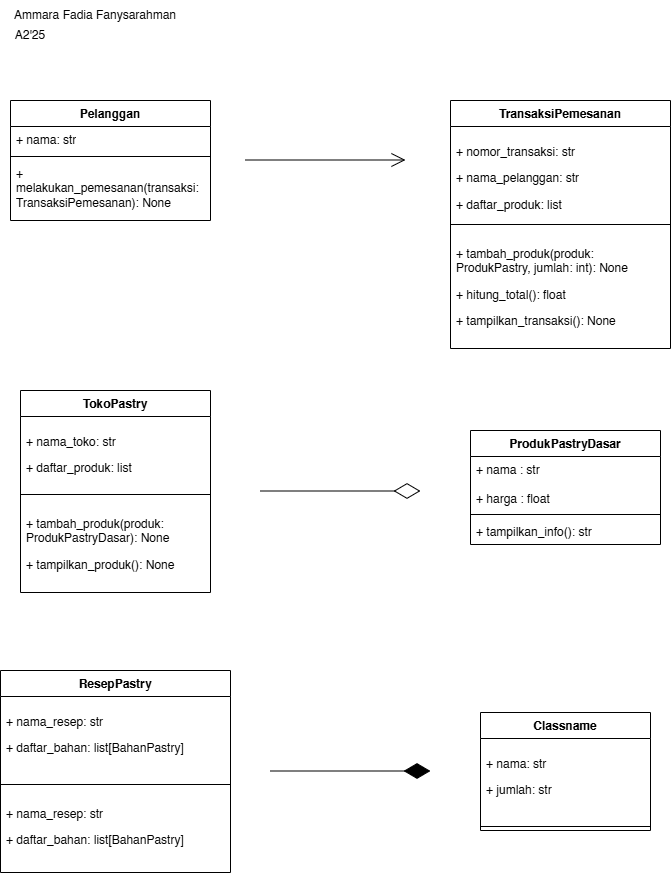
ammarafadia/PBO keeps this draw.io diagram as posttest/posttest3/uml.png. Above is the earlier version. Source tidied: cells renumbered, new cells last; positions are measured from the earlier drawing's top-left corner, leaving out a move shared by most shapes.
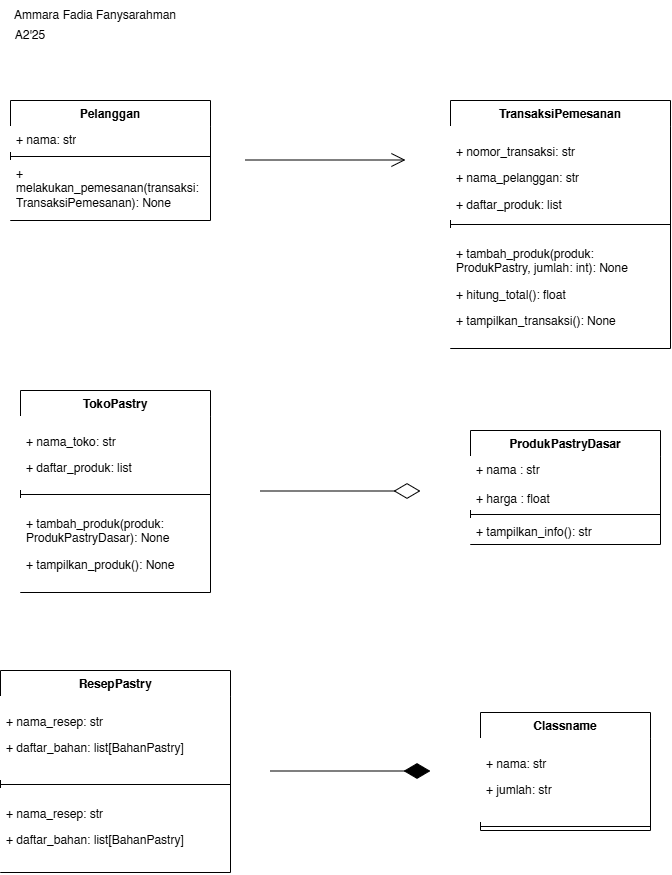
After the change.

Commit message:
gambarnya aneh tdi

What changed in the source:
```diff
@@ -8,91 +8,91 @@
     <mxCell id="3" value="A2'25" style="text;html=1;whiteSpace=wrap;strokeColor=none;fillColor=none;align=center;verticalAlign=middle;rounded=0;" parent="1" vertex="1">
       <mxGeometry y="20" width="60" height="30" as="geometry" />
     </mxCell>
-    <mxCell id="4" value="Pelanggan" style="swimlane;fontStyle=1;align=center;verticalAlign=top;horizontal=1;startSize=26;whiteSpace=wrap;html=1;" parent="1" vertex="1">
+    <mxCell id="4" value="Pelanggan" style="swimlane;fontStyle=1;align=center;verticalAlign=top;horizontal=1;startSize=26;whiteSpace=wrap;html=1;fillColor=light-dark(#FFFFFF,#CC0066);" parent="1" vertex="1">
       <mxGeometry x="10" y="100" width="200" height="120" as="geometry" />
     </mxCell>
-    <mxCell id="5" value="+ nama: str" style="text;strokeColor=none;fillColor=none;align=left;verticalAlign=top;spacingLeft=4;spacingRight=4;overflow=hidden;whiteSpace=wrap;html=1;" parent="4" vertex="1">
+    <mxCell id="5" value="+ nama: str" style="text;strokeColor=none;fillColor=light-dark(#FFFFFF,#CC0066);align=left;verticalAlign=top;spacingLeft=4;spacingRight=4;overflow=hidden;whiteSpace=wrap;html=1;" parent="4" vertex="1">
       <mxGeometry y="26" width="200" height="26" as="geometry" />
     </mxCell>
-    <mxCell id="6" style="line;strokeWidth=1;fillColor=none;align=left;verticalAlign=middle;spacingTop=-1;spacingLeft=3;spacingRight=3;labelPosition=right;strokeColor=inherit;" parent="4" vertex="1">
+    <mxCell id="6" style="line;strokeWidth=1;fillColor=light-dark(#FFFFFF,#CC0066);align=left;verticalAlign=middle;spacingTop=-1;spacingLeft=3;spacingRight=3;labelPosition=right;strokeColor=inherit;" parent="4" vertex="1">
       <mxGeometry y="52" width="200" height="8" as="geometry" />
     </mxCell>
-    <mxCell id="7" value="+ melakukan_pemesanan(transaksi: TransaksiPemesanan): None" style="text;strokeColor=none;fillColor=none;align=left;verticalAlign=top;spacingLeft=4;spacingRight=4;overflow=hidden;whiteSpace=wrap;html=1;" parent="4" vertex="1">
+    <mxCell id="7" value="+ melakukan_pemesanan(transaksi: TransaksiPemesanan): None" style="text;strokeColor=none;fillColor=light-dark(#FFFFFF,#CC0066);align=left;verticalAlign=top;spacingLeft=4;spacingRight=4;overflow=hidden;whiteSpace=wrap;html=1;" parent="4" vertex="1">
       <mxGeometry y="60" width="200" height="60" as="geometry" />
     </mxCell>
-    <mxCell id="8" style="endArrow=open;endFill=1;endSize=12;html=1;rounded=0;" parent="1" edge="1">
+    <mxCell id="8" style="endArrow=open;endFill=1;endSize=12;html=1;rounded=0;fillColor=light-dark(#FFFFFF,#CC0066);" parent="1" edge="1">
       <mxGeometry relative="1" as="geometry">
         <mxPoint x="245" y="159.5" as="sourcePoint" />
         <mxPoint x="405" y="159.5" as="targetPoint" />
       </mxGeometry>
     </mxCell>
-    <mxCell id="9" value="TransaksiPemesanan" style="swimlane;fontStyle=1;align=center;verticalAlign=top;horizontal=1;startSize=26;whiteSpace=wrap;html=1;" parent="1" vertex="1">
+    <mxCell id="9" value="TransaksiPemesanan" style="swimlane;fontStyle=1;align=center;verticalAlign=top;horizontal=1;startSize=26;whiteSpace=wrap;html=1;fillColor=light-dark(#FFFFFF,#CC0066);" parent="1" vertex="1">
       <mxGeometry x="450" y="100" width="220" height="248" as="geometry" />
     </mxCell>
-    <mxCell id="10" value="&lt;p&gt;+ nomor_transaksi: str&lt;/p&gt;&lt;p&gt;+ nama_pelanggan: str&lt;/p&gt;&lt;p&gt;+ daftar_produk: list&lt;/p&gt;" style="text;strokeColor=none;fillColor=none;align=left;verticalAlign=top;spacingLeft=4;spacingRight=4;overflow=hidden;whiteSpace=wrap;html=1;" parent="9" vertex="1">
+    <mxCell id="10" value="&lt;p&gt;+ nomor_transaksi: str&lt;/p&gt;&lt;p&gt;+ nama_pelanggan: str&lt;/p&gt;&lt;p&gt;+ daftar_produk: list&lt;/p&gt;" style="text;strokeColor=none;fillColor=light-dark(#FFFFFF,#CC0066);align=left;verticalAlign=top;spacingLeft=4;spacingRight=4;overflow=hidden;whiteSpace=wrap;html=1;" parent="9" vertex="1">
       <mxGeometry y="26" width="220" height="94" as="geometry" />
     </mxCell>
-    <mxCell id="11" style="line;strokeWidth=1;fillColor=none;align=left;verticalAlign=middle;spacingTop=-1;spacingLeft=3;spacingRight=3;labelPosition=right;strokeColor=inherit;" parent="9" vertex="1">
+    <mxCell id="11" style="line;strokeWidth=1;fillColor=light-dark(#FFFFFF,#CC0066);align=left;verticalAlign=middle;spacingTop=-1;spacingLeft=3;spacingRight=3;labelPosition=right;strokeColor=inherit;" parent="9" vertex="1">
       <mxGeometry y="120" width="220" height="8" as="geometry" />
     </mxCell>
-    <mxCell id="12" value="&lt;p&gt;+ tambah_produk(produk: ProdukPastry, jumlah: int): None&lt;/p&gt;&lt;p&gt;+ hitung_total(): float&lt;/p&gt;&lt;p&gt;+ tampilkan_transaksi(): None&lt;/p&gt;" style="text;strokeColor=none;fillColor=none;align=left;verticalAlign=top;spacingLeft=4;spacingRight=4;overflow=hidden;whiteSpace=wrap;html=1;" parent="9" vertex="1">
+    <mxCell id="12" value="&lt;p&gt;+ tambah_produk(produk: ProdukPastry, jumlah: int): None&lt;/p&gt;&lt;p&gt;+ hitung_total(): float&lt;/p&gt;&lt;p&gt;+ tampilkan_transaksi(): None&lt;/p&gt;" style="text;strokeColor=none;fillColor=light-dark(#FFFFFF,#CC0066);align=left;verticalAlign=top;spacingLeft=4;spacingRight=4;overflow=hidden;whiteSpace=wrap;html=1;" parent="9" vertex="1">
       <mxGeometry y="128" width="220" height="120" as="geometry" />
     </mxCell>
-    <mxCell id="13" value="TokoPastry" style="swimlane;fontStyle=1;align=center;verticalAlign=top;horizontal=1;startSize=26;whiteSpace=wrap;html=1;" parent="1" vertex="1">
+    <mxCell id="13" value="TokoPastry" style="swimlane;fontStyle=1;align=center;verticalAlign=top;horizontal=1;startSize=26;whiteSpace=wrap;html=1;fillColor=light-dark(#FFFFFF,#CC0066);" parent="1" vertex="1">
       <mxGeometry x="20" y="390" width="190" height="202" as="geometry" />
     </mxCell>
-    <mxCell id="14" value="&lt;p&gt;+ nama_toko: str&lt;/p&gt;&lt;p&gt;+ daftar_produk: list&lt;/p&gt;" style="text;strokeColor=none;fillColor=none;align=left;verticalAlign=top;spacingLeft=4;spacingRight=4;overflow=hidden;whiteSpace=wrap;html=1;" parent="13" vertex="1">
+    <mxCell id="14" value="&lt;p&gt;+ nama_toko: str&lt;/p&gt;&lt;p&gt;+ daftar_produk: list&lt;/p&gt;" style="text;strokeColor=none;fillColor=light-dark(#FFFFFF,#CC0066);align=left;verticalAlign=top;spacingLeft=4;spacingRight=4;overflow=hidden;whiteSpace=wrap;html=1;" parent="13" vertex="1">
       <mxGeometry y="26" width="190" height="74" as="geometry" />
     </mxCell>
-    <mxCell id="15" style="line;strokeWidth=1;fillColor=none;align=left;verticalAlign=middle;spacingTop=-1;spacingLeft=3;spacingRight=3;labelPosition=right;strokeColor=inherit;" parent="13" vertex="1">
+    <mxCell id="15" style="line;strokeWidth=1;fillColor=light-dark(#FFFFFF,#CC0066);align=left;verticalAlign=middle;spacingTop=-1;spacingLeft=3;spacingRight=3;labelPosition=right;strokeColor=inherit;" parent="13" vertex="1">
       <mxGeometry y="100" width="190" height="8" as="geometry" />
     </mxCell>
-    <mxCell id="16" value="&lt;p&gt;+ tambah_produk(produk: ProdukPastryDasar): None&lt;/p&gt;&lt;p&gt;+ tampilkan_produk(): None&lt;/p&gt;" style="text;strokeColor=none;fillColor=none;align=left;verticalAlign=top;spacingLeft=4;spacingRight=4;overflow=hidden;whiteSpace=wrap;html=1;" parent="13" vertex="1">
+    <mxCell id="16" value="&lt;p&gt;+ tambah_produk(produk: ProdukPastryDasar): None&lt;/p&gt;&lt;p&gt;+ tampilkan_produk(): None&lt;/p&gt;" style="text;strokeColor=none;fillColor=light-dark(#FFFFFF,#CC0066);align=left;verticalAlign=top;spacingLeft=4;spacingRight=4;overflow=hidden;whiteSpace=wrap;html=1;" parent="13" vertex="1">
       <mxGeometry y="108" width="190" height="94" as="geometry" />
     </mxCell>
-    <mxCell id="17" style="endArrow=diamondThin;endFill=0;endSize=24;html=1;rounded=0;" parent="1" edge="1">
+    <mxCell id="17" style="endArrow=diamondThin;endFill=0;endSize=24;html=1;rounded=0;fillColor=light-dark(#FFFFFF,#CC0066);" parent="1" edge="1">
       <mxGeometry relative="1" as="geometry">
         <mxPoint x="260" y="490.5" as="sourcePoint" />
         <mxPoint x="420" y="490.5" as="targetPoint" />
       </mxGeometry>
     </mxCell>
-    <mxCell id="18" value="ProdukPastryDasar" style="swimlane;fontStyle=1;align=center;verticalAlign=top;horizontal=1;startSize=26;whiteSpace=wrap;html=1;" parent="1" vertex="1">
+    <mxCell id="18" value="ProdukPastryDasar" style="swimlane;fontStyle=1;align=center;verticalAlign=top;horizontal=1;startSize=26;whiteSpace=wrap;html=1;fillColor=light-dark(#FFFFFF,#CC0066);" parent="1" vertex="1">
       <mxGeometry x="470" y="430" width="190" height="114" as="geometry" />
     </mxCell>
-    <mxCell id="19" value="+ nama : str&lt;div&gt;&lt;br&gt;&lt;div&gt;+ harga : float&lt;/div&gt;&lt;/div&gt;" style="text;strokeColor=none;fillColor=none;align=left;verticalAlign=top;spacingLeft=4;spacingRight=4;overflow=hidden;whiteSpace=wrap;html=1;" parent="18" vertex="1">
+    <mxCell id="19" value="+ nama : str&lt;div&gt;&lt;br&gt;&lt;div&gt;+ harga : float&lt;/div&gt;&lt;/div&gt;" style="text;strokeColor=none;fillColor=light-dark(#FFFFFF,#CC0066);align=left;verticalAlign=top;spacingLeft=4;spacingRight=4;overflow=hidden;whiteSpace=wrap;html=1;" parent="18" vertex="1">
       <mxGeometry y="26" width="190" height="54" as="geometry" />
     </mxCell>
-    <mxCell id="20" style="line;strokeWidth=1;fillColor=none;align=left;verticalAlign=middle;spacingTop=-1;spacingLeft=3;spacingRight=3;labelPosition=right;strokeColor=inherit;" parent="18" vertex="1">
+    <mxCell id="20" style="line;strokeWidth=1;fillColor=light-dark(#FFFFFF,#CC0066);align=left;verticalAlign=middle;spacingTop=-1;spacingLeft=3;spacingRight=3;labelPosition=right;strokeColor=inherit;" parent="18" vertex="1">
       <mxGeometry y="80" width="190" height="8" as="geometry" />
     </mxCell>
-    <mxCell id="21" value="+ tampilkan_info(): str" style="text;strokeColor=none;fillColor=none;align=left;verticalAlign=top;spacingLeft=4;spacingRight=4;overflow=hidden;whiteSpace=wrap;html=1;" parent="18" vertex="1">
+    <mxCell id="21" value="+ tampilkan_info(): str" style="text;strokeColor=none;fillColor=light-dark(#FFFFFF,#CC0066);align=left;verticalAlign=top;spacingLeft=4;spacingRight=4;overflow=hidden;whiteSpace=wrap;html=1;" parent="18" vertex="1">
       <mxGeometry y="88" width="190" height="26" as="geometry" />
     </mxCell>
-    <mxCell id="22" value="ResepPastry" style="swimlane;fontStyle=1;align=center;verticalAlign=top;horizontal=1;startSize=26;whiteSpace=wrap;html=1;" parent="1" vertex="1">
+    <mxCell id="22" value="ResepPastry" style="swimlane;fontStyle=1;align=center;verticalAlign=top;horizontal=1;startSize=26;whiteSpace=wrap;html=1;fillColor=light-dark(#FFFFFF,#CC0066);" parent="1" vertex="1">
       <mxGeometry y="670" width="230" height="202" as="geometry" />
     </mxCell>
-    <mxCell id="23" value="&lt;p&gt;+ nama_resep: str&lt;/p&gt;&lt;p&gt;+ daftar_bahan: list[BahanPastry]&lt;/p&gt;" style="text;strokeColor=none;fillColor=none;align=left;verticalAlign=top;spacingLeft=4;spacingRight=4;overflow=hidden;whiteSpace=wrap;html=1;" parent="22" vertex="1">
+    <mxCell id="23" value="&lt;p&gt;+ nama_resep: str&lt;/p&gt;&lt;p&gt;+ daftar_bahan: list[BahanPastry]&lt;/p&gt;" style="text;strokeColor=none;fillColor=light-dark(#FFFFFF,#CC0066);align=left;verticalAlign=top;spacingLeft=4;spacingRight=4;overflow=hidden;whiteSpace=wrap;html=1;" parent="22" vertex="1">
       <mxGeometry y="26" width="230" height="84" as="geometry" />
     </mxCell>
-    <mxCell id="24" style="line;strokeWidth=1;fillColor=none;align=left;verticalAlign=middle;spacingTop=-1;spacingLeft=3;spacingRight=3;labelPosition=right;strokeColor=inherit;" parent="22" vertex="1">
+    <mxCell id="24" style="line;strokeWidth=1;fillColor=light-dark(#FFFFFF,#CC0066);align=left;verticalAlign=middle;spacingTop=-1;spacingLeft=3;spacingRight=3;labelPosition=right;strokeColor=inherit;" parent="22" vertex="1">
       <mxGeometry y="110" width="230" height="8" as="geometry" />
     </mxCell>
-    <mxCell id="25" value="&lt;p&gt;+ nama_resep: str&lt;/p&gt;&lt;p&gt;+ daftar_bahan: list[BahanPastry]&lt;/p&gt;" style="text;strokeColor=none;fillColor=none;align=left;verticalAlign=top;spacingLeft=4;spacingRight=4;overflow=hidden;whiteSpace=wrap;html=1;" parent="22" vertex="1">
+    <mxCell id="25" value="&lt;p&gt;+ nama_resep: str&lt;/p&gt;&lt;p&gt;+ daftar_bahan: list[BahanPastry]&lt;/p&gt;" style="text;strokeColor=none;fillColor=light-dark(#FFFFFF,#CC0066);align=left;verticalAlign=top;spacingLeft=4;spacingRight=4;overflow=hidden;whiteSpace=wrap;html=1;" parent="22" vertex="1">
       <mxGeometry y="118" width="230" height="84" as="geometry" />
     </mxCell>
-    <mxCell id="26" style="endArrow=diamondThin;endFill=1;endSize=24;html=1;rounded=0;" parent="1" edge="1">
+    <mxCell id="26" style="endArrow=diamondThin;endFill=1;endSize=24;html=1;rounded=0;fillColor=light-dark(#FFFFFF,#CC0066);" parent="1" edge="1">
       <mxGeometry relative="1" as="geometry">
         <mxPoint x="270" y="770.5" as="sourcePoint" />
         <mxPoint x="430" y="770.5" as="targetPoint" />
       </mxGeometry>
     </mxCell>
-    <mxCell id="27" value="Classname" style="swimlane;fontStyle=1;align=center;verticalAlign=top;horizontal=1;startSize=26;whiteSpace=wrap;html=1;" parent="1" vertex="1">
+    <mxCell id="27" value="Classname" style="swimlane;fontStyle=1;align=center;verticalAlign=top;horizontal=1;startSize=26;whiteSpace=wrap;html=1;fillColor=light-dark(#FFFFFF,#CC0066);" parent="1" vertex="1">
       <mxGeometry x="480" y="712" width="170" height="118" as="geometry" />
     </mxCell>
-    <mxCell id="28" value="&lt;p&gt;+ nama: str&lt;/p&gt;&lt;p&gt;+ jumlah: str&lt;/p&gt;" style="text;strokeColor=none;fillColor=none;align=left;verticalAlign=top;spacingLeft=4;spacingRight=4;overflow=hidden;whiteSpace=wrap;html=1;" parent="27" vertex="1">
+    <mxCell id="28" value="&lt;p&gt;+ nama: str&lt;/p&gt;&lt;p&gt;+ jumlah: str&lt;/p&gt;" style="text;strokeColor=none;fillColor=light-dark(#FFFFFF,#CC0066);align=left;verticalAlign=top;spacingLeft=4;spacingRight=4;overflow=hidden;whiteSpace=wrap;html=1;" parent="27" vertex="1">
       <mxGeometry y="26" width="170" height="84" as="geometry" />
     </mxCell>
-    <mxCell id="29" style="line;strokeWidth=1;fillColor=none;align=left;verticalAlign=middle;spacingTop=-1;spacingLeft=3;spacingRight=3;labelPosition=right;strokeColor=inherit;" parent="27" vertex="1">
+    <mxCell id="29" style="line;strokeWidth=1;fillColor=light-dark(#FFFFFF,#CC0066);align=left;verticalAlign=middle;spacingTop=-1;spacingLeft=3;spacingRight=3;labelPosition=right;strokeColor=inherit;" parent="27" vertex="1">
       <mxGeometry y="110" width="170" height="8" as="geometry" />
     </mxCell>
   </root>
```
